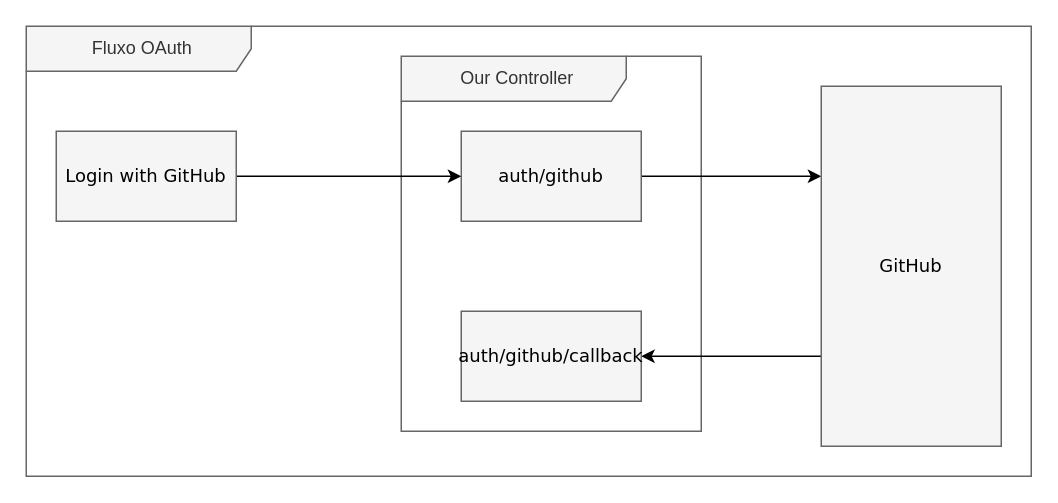
FranciscoGuilherme/mastering-elixir keeps this draw.io diagram as page "Main" (1 of 2) of discuss/docs/oauth-github.drawio. Above is the earlier version. Source tidied: cells renumbered, new cells numbered last; positions are measured from the earlier drawing's top-left corner, leaving out a move shared by most shapes. Both pictures are drawn from the tidied source at 150%, with x=0, y=0 at pixel (26, 26).
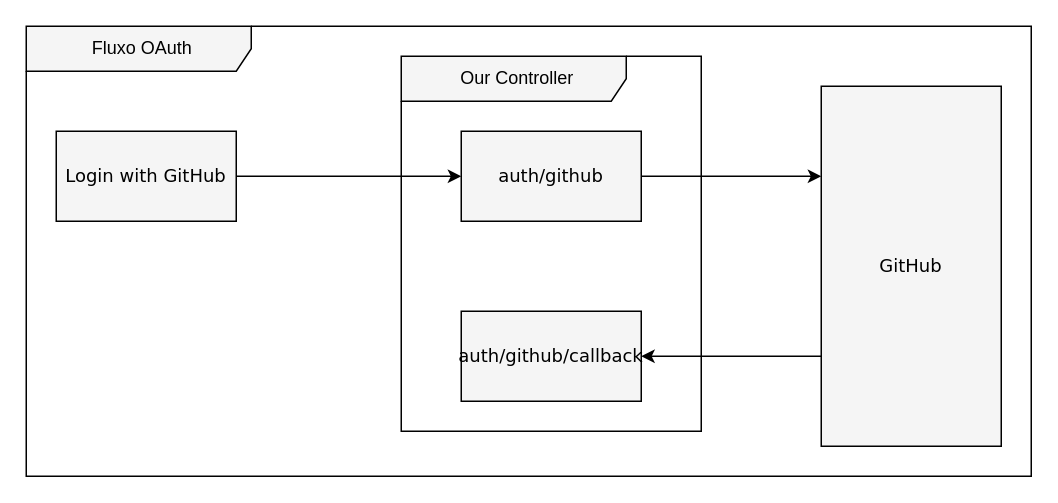
Above is the later version.

Commit message (it also covers changes not shown here):
feat(poc): finaliza o fluxo de login atraves do GitHub.

Change to the diagram source:
```diff
@@
 <mxGraphModel background="#FFFFFF">
   <root>
     <mxCell id="0" />
     <mxCell id="1" parent="0" />
-    <mxCell id="2" value="Fluxo OAuth" style="shape=umlFrame;whiteSpace=wrap;html=1;width=150;height=30;boundedLbl=1;verticalAlign=middle;align=center;spacingLeft=5;rounded=0;sketch=0;fontColor=#333333;strokeColor=#666666;fillColor=#f5f5f5;" parent="1" vertex="1">
+    <mxCell id="2" value="Fluxo OAuth" style="shape=umlFrame;whiteSpace=wrap;html=1;width=150;height=30;boundedLbl=1;verticalAlign=middle;align=center;spacingLeft=5;rounded=0;sketch=0;fillColor=#f5f5f5;fontColor=#000000;strokeColor=#000000;" parent="1" vertex="1">
       <mxGeometry width="670" height="300" as="geometry" />
     </mxCell>
-    <mxCell id="3" value="Our Controller" style="shape=umlFrame;whiteSpace=wrap;html=1;width=150;height=30;boundedLbl=1;verticalAlign=middle;align=center;spacingLeft=5;rounded=0;sketch=0;fontColor=#333333;strokeColor=#666666;fillColor=#f5f5f5;" parent="1" vertex="1">
+    <mxCell id="3" value="Our Controller" style="shape=umlFrame;whiteSpace=wrap;html=1;width=150;height=30;boundedLbl=1;verticalAlign=middle;align=center;spacingLeft=5;rounded=0;sketch=0;fillColor=#f5f5f5;fontColor=#000000;strokeColor=#000000;" parent="1" vertex="1">
       <mxGeometry x="250" y="20" width="200" height="250" as="geometry" />
     </mxCell>
-    <mxCell id="4" style="edgeStyle=orthogonalEdgeStyle;rounded=1;jettySize=auto;html=1;entryX=0;entryY=0.25;entryDx=0;entryDy=0;strokeColor=#000000;" parent="1" edge="1" source="5" target="8">
+    <mxCell id="4" style="edgeStyle=orthogonalEdgeStyle;rounded=1;jettySize=auto;html=1;entryX=0;entryY=0.25;entryDx=0;entryDy=0;fontColor=#000000;strokeColor=#000000;" parent="1" edge="1" source="5" target="8">
       <mxGeometry relative="1" as="geometry" />
     </mxCell>
-    <mxCell id="5" value="auth/github" style="rounded=0;whiteSpace=wrap;html=1;fillColor=#f5f5f5;strokeColor=#666666;fontColor=#000000;fontFamily=Verdana;" parent="1" vertex="1">
+    <mxCell id="5" value="auth/github" style="rounded=0;whiteSpace=wrap;html=1;fillColor=#f5f5f5;fontFamily=Verdana;fontColor=#000000;strokeColor=#000000;" parent="1" vertex="1">
       <mxGeometry x="290" y="70" width="120" height="60" as="geometry" />
     </mxCell>
-    <mxCell id="6" style="edgeStyle=orthogonalEdgeStyle;rounded=1;jettySize=auto;html=1;strokeColor=#000000;exitX=0;exitY=0.75;exitDx=0;exitDy=0;" parent="1" edge="1" source="8">
+    <mxCell id="6" style="edgeStyle=orthogonalEdgeStyle;rounded=1;jettySize=auto;html=1;exitX=0;exitY=0.75;exitDx=0;exitDy=0;fontColor=#000000;strokeColor=#000000;" parent="1" edge="1" source="8">
       <mxGeometry relative="1" as="geometry">
         <mxPoint x="410" y="220" as="targetPoint" />
       </mxGeometry>
     </mxCell>
-    <mxCell id="7" value="auth/github/callback" style="rounded=0;whiteSpace=wrap;html=1;fillColor=#f5f5f5;strokeColor=#666666;fontColor=#000000;fontFamily=Verdana;" parent="1" vertex="1">
+    <mxCell id="7" value="auth/github/callback" style="rounded=0;whiteSpace=wrap;html=1;fillColor=#f5f5f5;fontFamily=Verdana;fontColor=#000000;strokeColor=#000000;" parent="1" vertex="1">
       <mxGeometry x="290" y="190" width="120" height="60" as="geometry" />
     </mxCell>
-    <mxCell id="8" value="GitHub" style="rounded=0;whiteSpace=wrap;html=1;fillColor=#f5f5f5;strokeColor=#666666;fontColor=#000000;fontFamily=Verdana;" parent="1" vertex="1">
+    <mxCell id="8" value="GitHub" style="rounded=0;whiteSpace=wrap;html=1;fillColor=#f5f5f5;fontFamily=Verdana;fontColor=#000000;strokeColor=#000000;" parent="1" vertex="1">
       <mxGeometry x="530" y="40" width="120" height="240" as="geometry" />
     </mxCell>
-    <mxCell id="9" style="edgeStyle=orthogonalEdgeStyle;rounded=1;jettySize=auto;html=1;strokeColor=#000000;" parent="1" edge="1" source="10" target="5">
+    <mxCell id="9" style="edgeStyle=orthogonalEdgeStyle;rounded=1;jettySize=auto;html=1;fontColor=#000000;strokeColor=#000000;" parent="1" edge="1" source="10" target="5">
       <mxGeometry relative="1" as="geometry" />
     </mxCell>
-    <mxCell id="10" value="Login with GitHub" style="rounded=0;whiteSpace=wrap;html=1;fillColor=#f5f5f5;strokeColor=#666666;fontColor=#000000;fontFamily=Verdana;" parent="1" vertex="1">
+    <mxCell id="10" value="Login with GitHub" style="rounded=0;whiteSpace=wrap;html=1;fillColor=#f5f5f5;fontFamily=Verdana;fontColor=#000000;strokeColor=#000000;" parent="1" vertex="1">
       <mxGeometry x="20" y="70" width="120" height="60" as="geometry" />
     </mxCell>
   </root>
 </mxGraphModel>
```
